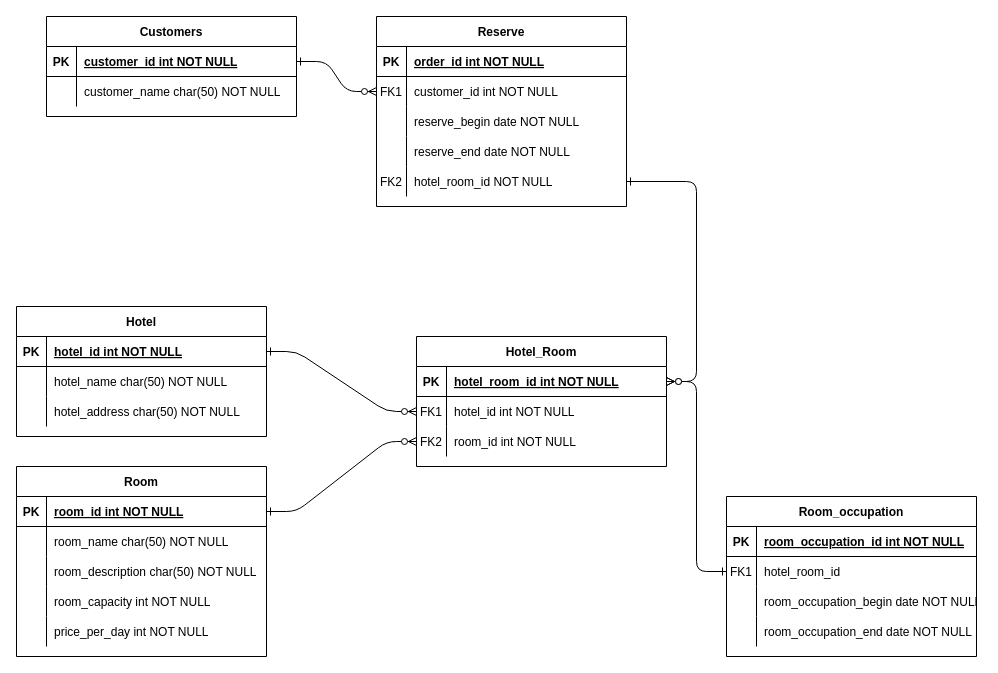
Above: database-uml.drawio in naaaathan/async-sync-analysis (draw.io), before the change. Source tidied: cells renumbered, new cells numbered last; positions are measured from the earlier drawing's top-left corner, leaving out a move shared by most shapes. Both pictures are drawn from the tidied source at 100%, with x=0, y=0 at pixel (16, 16).
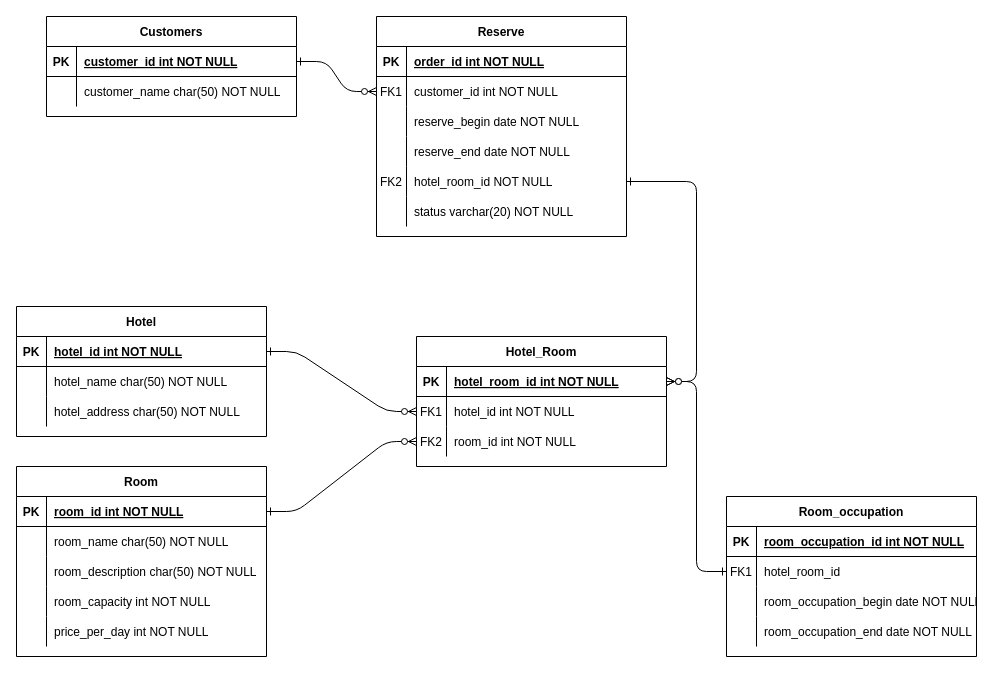
The same diagram, later.

Diff of the diagram source:
```diff
@@
     <mxCell id="4" value="Reserve" style="shape=table;startSize=30;childLayout=tableLayout;rowLines=0;fontStyle=1;align=center;" parent="1" vertex="1">
-      <mxGeometry x="360" width="250" height="190" as="geometry" />
+      <mxGeometry x="360" width="250" height="220" as="geometry" />
     </mxCell>
@@
+    <mxCell id="79" style="shape=partialRectangle;fillColor=none;top=0;left=0;right=0;bottom=0;" parent="4" vertex="1">
+      <mxGeometry y="180" width="250" height="30" as="geometry" />
+    </mxCell>
+    <mxCell id="80" style="shape=partialRectangle;overflow=hidden;fillColor=none;top=0;left=0;bottom=0;right=0;" parent="79" vertex="1">
+      <mxGeometry width="30" height="30" as="geometry" />
+    </mxCell>
+    <mxCell id="81" value="status varchar(20) NOT NULL" style="shape=partialRectangle;overflow=hidden;fillColor=none;top=0;left=0;bottom=0;right=0;align=left;spacingLeft=6;" parent="79" vertex="1">
+      <mxGeometry x="30" width="220" height="30" as="geometry" />
+    </mxCell>
```
